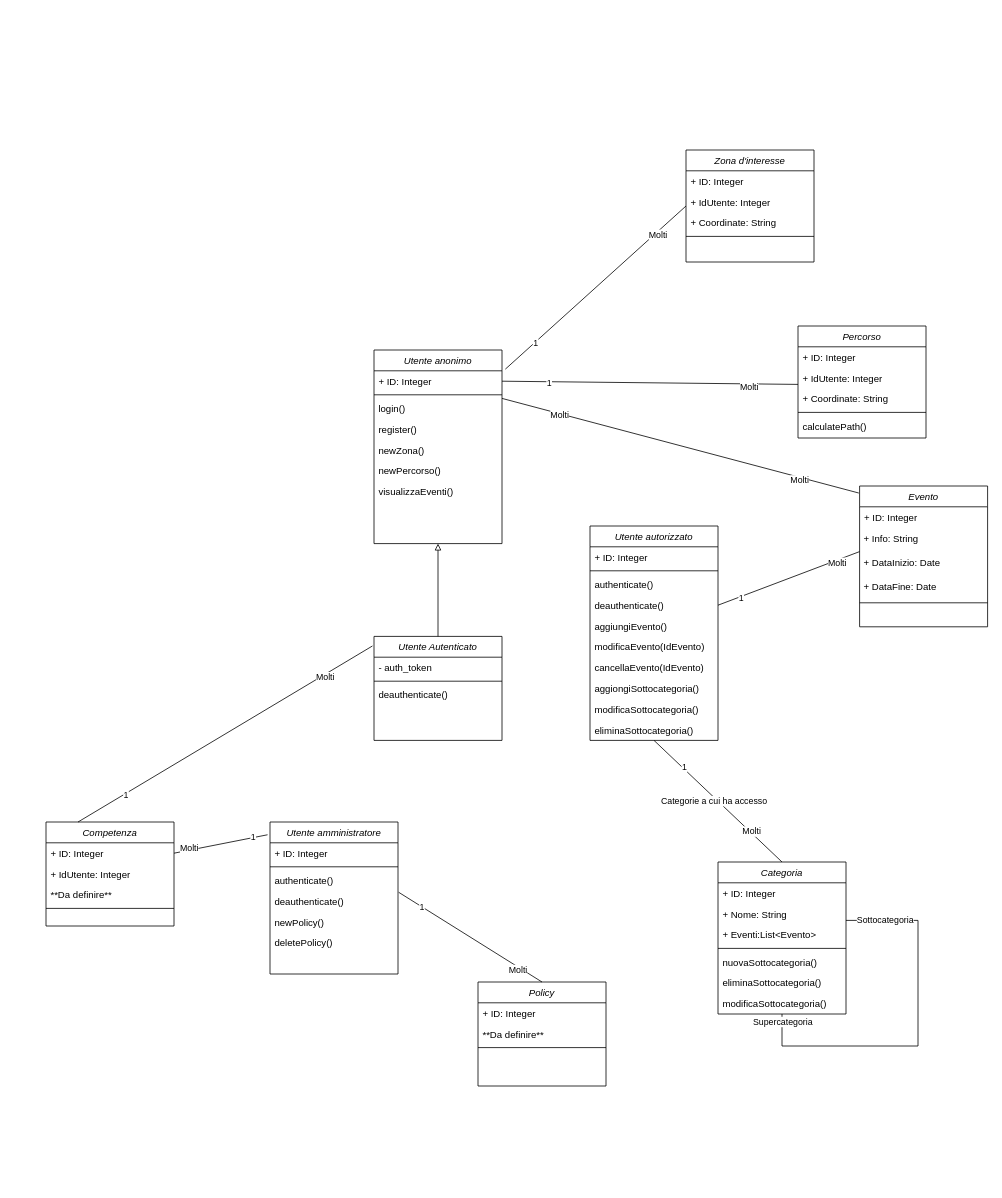
This is Deliverable-2/class_diagram_Elia.drawio from ELI20ZIVI/BeeLive, a draw.io file, before an edit. Source tidied: cells renumbered, new cells numbered last; positions are measured from the earlier drawing's top-left corner, leaving out a move shared by most shapes. Both pictures are drawn from the tidied source at 80%, with x=0, y=0 at pixel (46, 150).
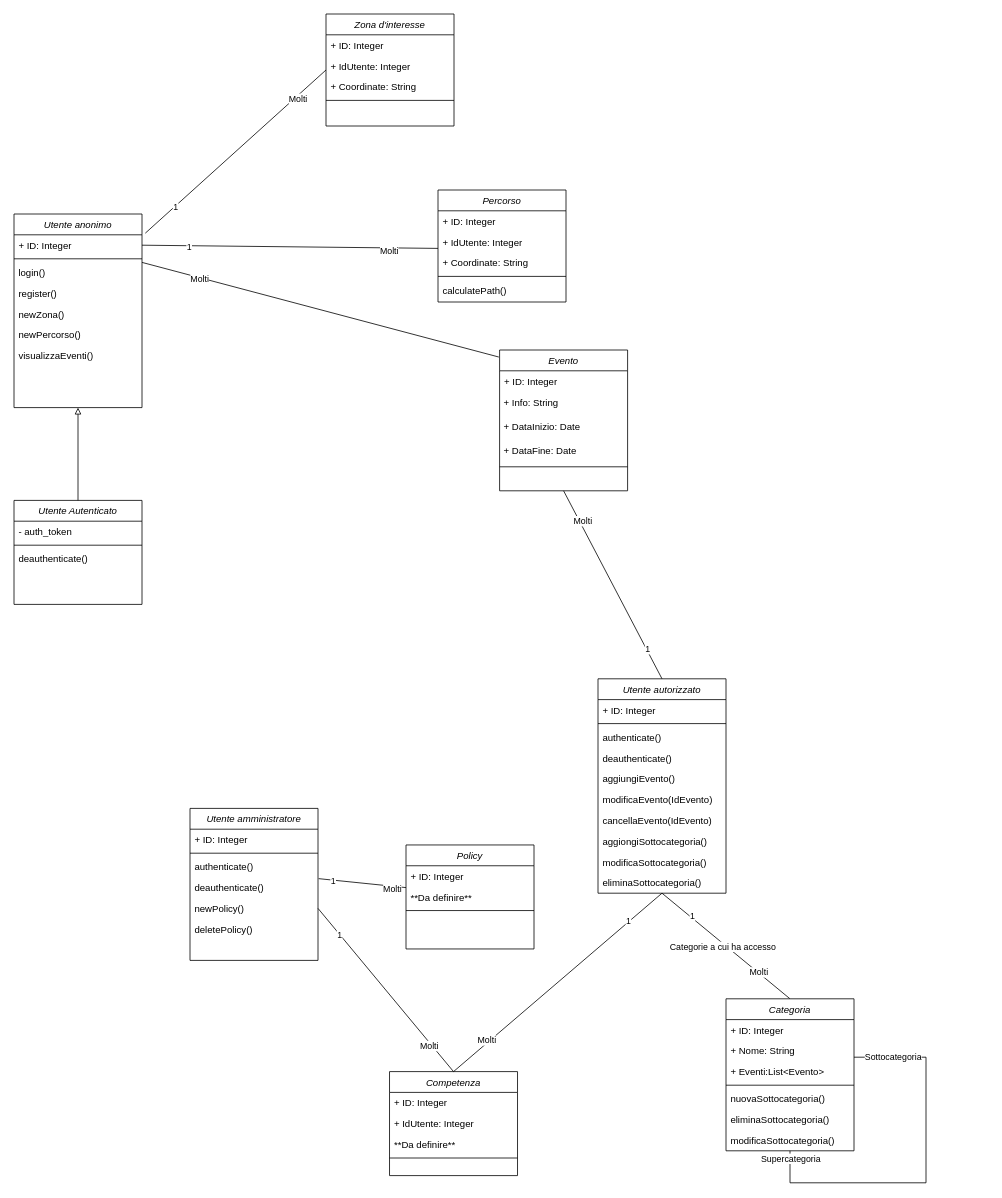
Above is the later version.

Commit message:
new class diagram

The change refers to these unchanged cells:
```xml
<mxCell id="3" value="+ ID: Integer" style="text;align=left;verticalAlign=top;spacingLeft=4;spacingRight=4;overflow=hidden;points=[[0,0.5],[1,0.5]];portConstraint=eastwest;" parent="2" vertex="1">
  <mxGeometry y="26" width="160" height="26" as="geometry" />
</mxCell>
<mxCell id="29" value="deauthenticate()" style="text;align=left;verticalAlign=top;spacingLeft=4;spacingRight=4;overflow=hidden;points=[[0,0.5],[1,0.5]];portConstraint=eastwest;" parent="25" vertex="1">
  <mxGeometry y="86" width="160" height="26" as="geometry" />
</mxCell>
<mxCell id="41" value="&amp;nbsp;+ Info: String" style="text;html=1;align=left;verticalAlign=middle;whiteSpace=wrap;rounded=0;" parent="39" vertex="1">
  <mxGeometry y="52" width="160" height="30" as="geometry" />
</mxCell>
<mxCell id="63" value="deauthenticate()" style="text;align=left;verticalAlign=top;spacingLeft=4;spacingRight=4;overflow=hidden;points=[[0,0.5],[1,0.5]];portConstraint=eastwest;" parent="59" vertex="1">
  <mxGeometry y="86" width="160" height="26" as="geometry" />
</mxCell>
<mxCell id="64" value="newPolicy()" style="text;align=left;verticalAlign=top;spacingLeft=4;spacingRight=4;overflow=hidden;points=[[0,0.5],[1,0.5]];portConstraint=eastwest;" parent="59" vertex="1">
  <mxGeometry y="112" width="160" height="26" as="geometry" />
</mxCell>
<mxCell id="81" style="rounded=0;jettySize=auto;html=1;exitX=1;exitY=0.25;exitDx=0;exitDy=0;entryX=-0.006;entryY=0.05;entryDx=0;entryDy=0;endArrow=none;endFill=0;entryPerimeter=0;" parent="1" edge="1" source="2" target="39">
  <mxGeometry relative="1" as="geometry" />
</mxCell>
<mxCell id="85" value="+ ID: Integer" style="text;align=left;verticalAlign=top;spacingLeft=4;spacingRight=4;overflow=hidden;points=[[0,0.5],[1,0.5]];portConstraint=eastwest;" parent="84" vertex="1">
  <mxGeometry y="26" width="160" height="26" as="geometry" />
</mxCell>
```

Diff of the diagram source:
```diff
@@
     <mxCell id="2" value="Utente anonimo" style="swimlane;fontStyle=2;align=center;verticalAlign=top;horizontal=1;startSize=26;rounded=0;shadow=0;strokeWidth=1;" parent="1" vertex="1">
-      <mxGeometry x="410" y="250" width="160" height="242" as="geometry" />
+      <mxGeometry x="-40" y="80" width="160" height="242" as="geometry" />
     </mxCell>
@@
     <mxCell id="10" value="Percorso" style="swimlane;fontStyle=2;align=center;verticalAlign=top;horizontal=1;startSize=26;rounded=0;shadow=0;strokeWidth=1;" parent="1" vertex="1">
-      <mxGeometry x="940" y="220" width="160" height="140" as="geometry" />
+      <mxGeometry x="490" y="50" width="160" height="140" as="geometry" />
     </mxCell>
@@
     <mxCell id="16" value="Utente Autenticato" style="swimlane;fontStyle=2;align=center;verticalAlign=top;horizontal=1;startSize=26;rounded=0;shadow=0;strokeWidth=1;" parent="1" vertex="1">
-      <mxGeometry x="410" y="608" width="160" height="130" as="geometry" />
+      <mxGeometry x="-40" y="438" width="160" height="130" as="geometry" />
     </mxCell>
@@
     <mxCell id="25" value="Utente autorizzato" style="swimlane;fontStyle=2;align=center;verticalAlign=top;horizontal=1;startSize=26;rounded=0;shadow=0;strokeWidth=1;" parent="1" vertex="1">
-      <mxGeometry x="680" y="470" width="160" height="268" as="geometry" />
+      <mxGeometry x="690" y="661" width="160" height="268" as="geometry" />
     </mxCell>
@@
     <mxCell id="36" style="rounded=0;jettySize=auto;html=1;exitX=1;exitY=0.5;exitDx=0;exitDy=0;entryX=0;entryY=0.5;entryDx=0;entryDy=0;endArrow=none;endFill=0;" parent="1" edge="1" source="3">
       <mxGeometry relative="1" as="geometry">
-        <mxPoint x="940" y="293" as="targetPoint" />
+        <mxPoint x="490" y="123" as="targetPoint" />
       </mxGeometry>
     </mxCell>
@@
     <mxCell id="39" value="Evento" style="swimlane;fontStyle=2;align=center;verticalAlign=top;horizontal=1;startSize=26;rounded=0;shadow=0;strokeWidth=1;" parent="1" vertex="1">
-      <mxGeometry x="1017" y="420" width="160" height="176" as="geometry" />
+      <mxGeometry x="567" y="250" width="160" height="176" as="geometry" />
     </mxCell>
@@
     <mxCell id="45" value="Categoria" style="swimlane;fontStyle=2;align=center;verticalAlign=top;horizontal=1;startSize=26;rounded=0;shadow=0;strokeWidth=1;" parent="1" vertex="1">
-      <mxGeometry x="840" y="890" width="160" height="190" as="geometry" />
+      <mxGeometry x="850" y="1061" width="160" height="190" as="geometry" />
     </mxCell>
@@
-    <mxCell id="56" style="rounded=0;jettySize=auto;html=1;exitX=1;exitY=0.5;exitDx=0;exitDy=0;entryX=0;entryY=1;entryDx=0;entryDy=0;endArrow=none;endFill=0;" parent="1" edge="1" source="29" target="41">
+    <mxCell id="56" style="rounded=0;jettySize=auto;html=1;exitX=0.5;exitY=0;exitDx=0;exitDy=0;entryX=0.5;entryY=1;entryDx=0;entryDy=0;endArrow=none;endFill=0;" parent="1" edge="1" source="25" target="39">
       <mxGeometry relative="1" as="geometry" />
     </mxCell>
@@
     <mxCell id="59" value="Utente amministratore" style="swimlane;fontStyle=2;align=center;verticalAlign=top;horizontal=1;startSize=26;rounded=0;shadow=0;strokeWidth=1;" parent="1" vertex="1">
-      <mxGeometry x="280" y="840" width="160" height="190" as="geometry" />
+      <mxGeometry x="180" y="823" width="160" height="190" as="geometry" />
     </mxCell>
@@
     <mxCell id="66" value="Zona d'interesse" style="swimlane;fontStyle=2;align=center;verticalAlign=top;horizontal=1;startSize=26;rounded=0;shadow=0;strokeWidth=1;" parent="1" vertex="1">
-      <mxGeometry x="800" width="160" height="140" as="geometry" />
+      <mxGeometry x="350" y="-170" width="160" height="140" as="geometry" />
     </mxCell>
@@
     <mxCell id="74" value="Policy" style="swimlane;fontStyle=2;align=center;verticalAlign=top;horizontal=1;startSize=26;rounded=0;shadow=0;strokeWidth=1;" parent="1" vertex="1">
-      <mxGeometry x="540" y="1040" width="160" height="130" as="geometry" />
+      <mxGeometry x="450" y="868.7" width="160" height="130" as="geometry" />
     </mxCell>
@@
-    <mxCell id="78" style="rounded=0;jettySize=auto;html=1;exitX=1.005;exitY=0.07;exitDx=0;exitDy=0;entryX=0.5;entryY=0;entryDx=0;entryDy=0;endArrow=none;endFill=0;exitPerimeter=0;" parent="1" edge="1" source="63" target="74">
-      <mxGeometry relative="1" as="geometry" />
+    <mxCell id="78" style="rounded=0;jettySize=auto;html=1;exitX=1.005;exitY=0.07;exitDx=0;exitDy=0;endArrow=none;endFill=0;exitPerimeter=0;" parent="1" edge="1" source="63">
+      <mxGeometry relative="1" as="geometry">
+        <mxPoint x="450" y="922" as="targetPoint" />
+      </mxGeometry>
     </mxCell>
@@
-    <mxCell id="83" value="Molti" style="edgeLabel;html=1;align=center;verticalAlign=middle;" parent="81" vertex="1">
-      <mxGeometry x="0.67" y="-3" relative="1" as="geometry" />
-    </mxCell>
     <mxCell id="84" value="Competenza" style="swimlane;fontStyle=2;align=center;verticalAlign=top;horizontal=1;startSize=26;rounded=0;shadow=0;strokeWidth=1;" parent="1" vertex="1">
-      <mxGeometry y="840" width="160" height="130" as="geometry" />
+      <mxGeometry x="429.4" y="1152" width="160" height="130" as="geometry" />
     </mxCell>
@@
-    <mxCell id="89" style="rounded=0;jettySize=auto;html=1;entryX=1;entryY=0.5;entryDx=0;entryDy=0;endArrow=none;endFill=0;exitX=-0.019;exitY=0.084;exitDx=0;exitDy=0;exitPerimeter=0;" parent="1" edge="1" source="59" target="85">
+    <mxCell id="89" style="rounded=0;jettySize=auto;html=1;entryX=0.5;entryY=0;entryDx=0;entryDy=0;endArrow=none;endFill=0;exitX=1;exitY=0.5;exitDx=0;exitDy=0;" parent="1" edge="1" source="64" target="84">
       <mxGeometry relative="1" as="geometry" />
     </mxCell>
@@
-    <mxCell id="92" style="rounded=0;jettySize=auto;html=1;entryX=-0.012;entryY=0.092;entryDx=0;entryDy=0;endArrow=none;endFill=0;exitX=0.25;exitY=0;exitDx=0;exitDy=0;entryPerimeter=0;" parent="1" edge="1" source="84" target="16">
-      <mxGeometry relative="1" as="geometry" />
-    </mxCell>
+    <mxCell id="95" style="rounded=0;jettySize=auto;html=1;entryX=0.5;entryY=0;entryDx=0;entryDy=0;endArrow=none;endFill=0;exitX=0.5;exitY=1;exitDx=0;exitDy=0;" parent="1" edge="1" source="25" target="84">
+      <mxGeometry relative="1" as="geometry" />
+    </mxCell>
-    <mxCell id="93" value="1" style="edgeLabel;html=1;align=center;verticalAlign=middle;" parent="92" vertex="1">
+    <mxCell id="93" value="1" style="edgeLabel;html=1;align=center;verticalAlign=middle;" parent="95" vertex="1">
       <mxGeometry x="-0.68" y="-1" relative="1" as="geometry" />
     </mxCell>
-    <mxCell id="94" value="Molti" style="edgeLabel;html=1;align=center;verticalAlign=middle;" parent="92" vertex="1">
-      <mxGeometry x="0.67" y="-3" relative="1" as="geometry" />
-    </mxCell>
+    <mxCell id="96" value="Molti" style="edgeLabel;html=1;align=center;verticalAlign=middle;" parent="95" vertex="1">
+      <mxGeometry x="0.67" y="-3" relative="1" as="geometry" />
+    </mxCell>
```
